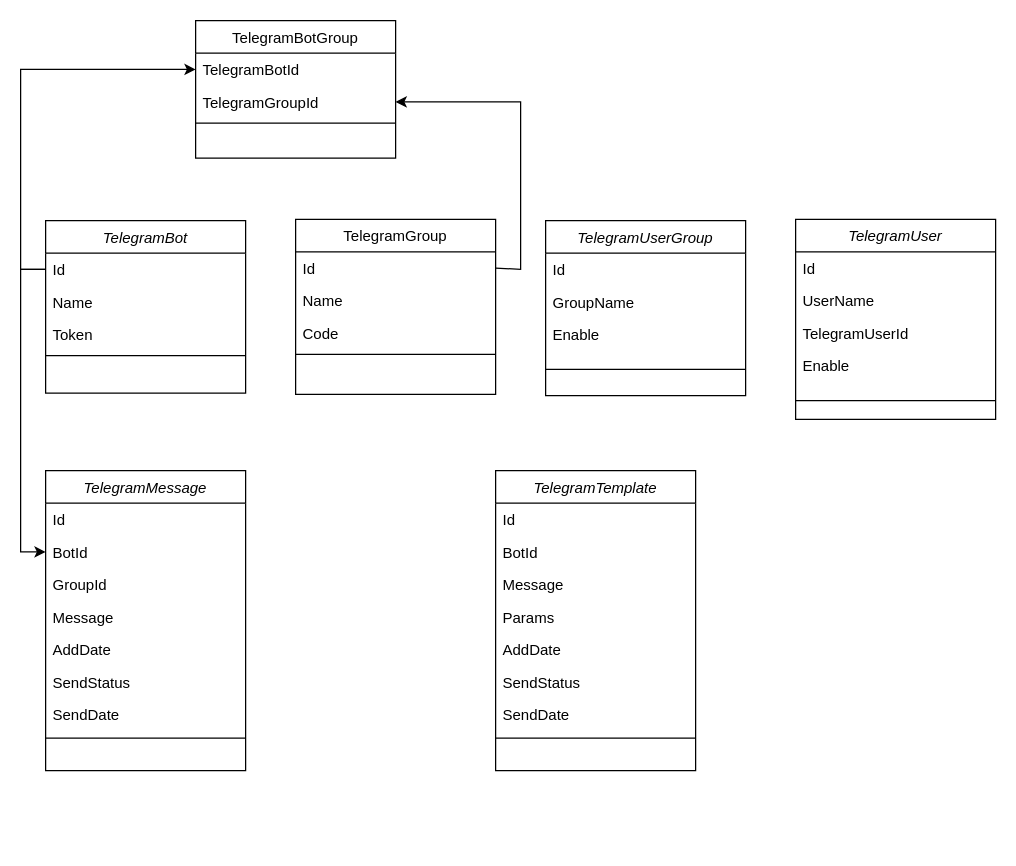
This is page "Page-1" (1 of 2) of TelegramBotSender.drawio from lero4ka1095/CoreRepository, a draw.io file, before an edit. Source tidied: cells renumbered, new cells numbered last; positions are measured from the earlier drawing's top-left corner, leaving out a move shared by most shapes. Both pictures are drawn from the tidied source at 125%, with x=0, y=0 at pixel (20, 20).
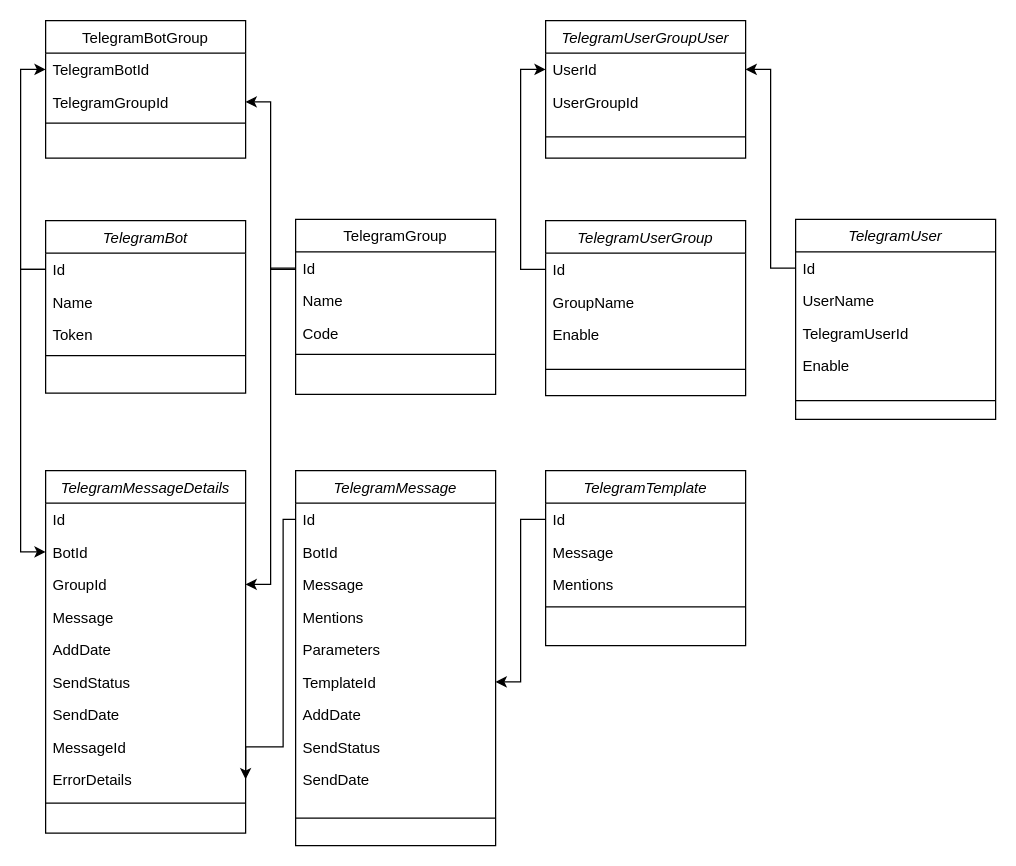
After the change.

The change refers to these unchanged cells:
```xml
<mxCell id="10" value="TelegramGroupId" style="text;align=left;verticalAlign=top;spacingLeft=4;spacingRight=4;overflow=hidden;points=[[0,0.5],[1,0.5]];portConstraint=eastwest;rounded=0;shadow=0;html=0;" parent="8" vertex="1">
  <mxGeometry y="52" width="160" height="26" as="geometry" />
</mxCell>
<mxCell id="14" value="Id" style="text;align=left;verticalAlign=top;spacingLeft=4;spacingRight=4;overflow=hidden;points=[[0,0.5],[1,0.5]];portConstraint=eastwest;" parent="13" vertex="1">
  <mxGeometry y="26" width="160" height="26" as="geometry" />
</mxCell>
<mxCell id="21" value="GroupId" style="text;align=left;verticalAlign=top;spacingLeft=4;spacingRight=4;overflow=hidden;points=[[0,0.5],[1,0.5]];portConstraint=eastwest;rounded=0;shadow=0;html=0;" parent="18" vertex="1">
  <mxGeometry y="78" width="160" height="26" as="geometry" />
</mxCell>
<mxCell id="29" value="Id" style="text;align=left;verticalAlign=top;spacingLeft=4;spacingRight=4;overflow=hidden;points=[[0,0.5],[1,0.5]];portConstraint=eastwest;" parent="28" vertex="1">
  <mxGeometry y="26" width="160" height="26" as="geometry" />
</mxCell>
<mxCell id="35" value="Id" style="text;align=left;verticalAlign=top;spacingLeft=4;spacingRight=4;overflow=hidden;points=[[0,0.5],[1,0.5]];portConstraint=eastwest;" parent="34" vertex="1">
  <mxGeometry y="26" width="160" height="26" as="geometry" />
</mxCell>
<mxCell id="40" value="Id" style="text;align=left;verticalAlign=top;spacingLeft=4;spacingRight=4;overflow=hidden;points=[[0,0.5],[1,0.5]];portConstraint=eastwest;" parent="39" vertex="1">
  <mxGeometry y="26" width="160" height="26" as="geometry" />
</mxCell>
```

The edit, as a diff of the source:
```diff
@@
-    <mxCell id="7" style="edgeStyle=orthogonalEdgeStyle;rounded=0;jettySize=auto;html=1;startArrow=classic;startFill=1;endArrow=none;endFill=0;entryX=1;entryY=0.5;entryDx=0;entryDy=0;" parent="1" edge="1" source="10" target="14">
+    <mxCell id="7" style="edgeStyle=orthogonalEdgeStyle;rounded=0;jettySize=auto;html=1;startArrow=classic;startFill=1;endArrow=none;endFill=0;" parent="1" edge="1" source="10" target="14">
       <mxGeometry relative="1" as="geometry">
         <Array as="points">
-          <mxPoint x="400" y="65" />
-          <mxPoint x="400" y="199" />
-          <mxPoint x="380" y="199" />
+          <mxPoint x="200" y="65" />
+          <mxPoint x="200" y="199" />
         </Array>
       </mxGeometry>
     </mxCell>
     <mxCell id="8" value="TelegramBotGroup" style="swimlane;fontStyle=0;align=center;verticalAlign=top;horizontal=1;startSize=26;rounded=0;shadow=0;strokeWidth=1;" parent="1" vertex="1">
-      <mxGeometry x="140" width="160" height="110" as="geometry" />
+      <mxGeometry x="20" width="160" height="110" as="geometry" />
     </mxCell>
@@
-    <mxCell id="18" value="TelegramMessage" style="swimlane;fontStyle=2;align=center;verticalAlign=top;horizontal=1;startSize=26;rounded=0;shadow=0;strokeWidth=1;" parent="1" vertex="1">
-      <mxGeometry x="20" y="360" width="160" height="240" as="geometry" />
+    <mxCell id="18" value="TelegramMessageDetails" style="swimlane;fontStyle=2;align=center;verticalAlign=top;horizontal=1;startSize=26;rounded=0;shadow=0;strokeWidth=1;" parent="1" vertex="1">
+      <mxGeometry x="20" y="360" width="160" height="290" as="geometry" />
     </mxCell>
@@
+    <mxCell id="48" value="MessageId" style="text;align=left;verticalAlign=top;spacingLeft=4;spacingRight=4;overflow=hidden;rounded=0;shadow=0;html=0;" parent="18" vertex="1">
+      <mxGeometry y="208" width="160" height="26" as="geometry" />
+    </mxCell>
+    <mxCell id="49" value="ErrorDetails" style="text;align=left;verticalAlign=top;spacingLeft=4;spacingRight=4;overflow=hidden;points=[[0,0.5],[1,0.5]];portConstraint=eastwest;rounded=0;shadow=0;html=0;" parent="18" vertex="1">
+      <mxGeometry y="234" width="160" height="26" as="geometry" />
+    </mxCell>
     <mxCell id="26" style="line;html=1;strokeWidth=1;align=left;verticalAlign=middle;spacingTop=-1;spacingLeft=3;spacingRight=3;labelPosition=right;" parent="18" vertex="1">
-      <mxGeometry y="208" width="160" height="12" as="geometry" />
+      <mxGeometry y="260" width="160" height="12" as="geometry" />
     </mxCell>
@@
     <mxCell id="39" value="TelegramTemplate" style="swimlane;fontStyle=2;align=center;verticalAlign=top;horizontal=1;startSize=26;rounded=0;shadow=0;strokeWidth=1;" parent="1" vertex="1">
-      <mxGeometry x="380" y="360" width="160" height="240" as="geometry" />
+      <mxGeometry x="420" y="360" width="160" height="140" as="geometry" />
     </mxCell>
@@
+    <mxCell id="42" value="Message" style="text;align=left;verticalAlign=top;spacingLeft=4;spacingRight=4;overflow=hidden;rounded=0;shadow=0;html=0;" parent="39" vertex="1">
+      <mxGeometry y="52" width="160" height="26" as="geometry" />
+    </mxCell>
+    <mxCell id="50" value="Mentions" style="text;align=left;verticalAlign=top;spacingLeft=4;spacingRight=4;overflow=hidden;rounded=0;shadow=0;html=0;" parent="39" vertex="1">
+      <mxGeometry y="78" width="160" height="26" as="geometry" />
+    </mxCell>
+    <mxCell id="47" style="line;html=1;strokeWidth=1;align=left;verticalAlign=middle;spacingTop=-1;spacingLeft=3;spacingRight=3;labelPosition=right;" parent="39" vertex="1">
+      <mxGeometry y="104" width="160" height="10" as="geometry" />
+    </mxCell>
+    <mxCell id="51" value="TelegramMessage" style="swimlane;fontStyle=2;align=center;verticalAlign=top;horizontal=1;startSize=26;rounded=0;shadow=0;strokeWidth=1;" parent="1" vertex="1">
+      <mxGeometry x="220" y="360" width="160" height="300" as="geometry" />
+    </mxCell>
+    <mxCell id="52" value="Id" style="text;align=left;verticalAlign=top;spacingLeft=4;spacingRight=4;overflow=hidden;points=[[0,0.5],[1,0.5]];portConstraint=eastwest;" parent="51" vertex="1">
+      <mxGeometry y="26" width="160" height="26" as="geometry" />
+    </mxCell>
-    <mxCell id="41" value="BotId" style="text;align=left;verticalAlign=top;spacingLeft=4;spacingRight=4;overflow=hidden;rounded=0;shadow=0;html=0;" parent="39" vertex="1">
+    <mxCell id="41" value="BotId" style="text;align=left;verticalAlign=top;spacingLeft=4;spacingRight=4;overflow=hidden;rounded=0;shadow=0;html=0;" parent="51" vertex="1">
       <mxGeometry y="52" width="160" height="26" as="geometry" />
     </mxCell>
-    <mxCell id="42" value="Message" style="text;align=left;verticalAlign=top;spacingLeft=4;spacingRight=4;overflow=hidden;rounded=0;shadow=0;html=0;" parent="39" vertex="1">
-      <mxGeometry y="78" width="160" height="26" as="geometry" />
-    </mxCell>
-    <mxCell id="43" value="Params" style="text;align=left;verticalAlign=top;spacingLeft=4;spacingRight=4;overflow=hidden;rounded=0;shadow=0;html=0;" parent="39" vertex="1">
-      <mxGeometry y="104" width="160" height="26" as="geometry" />
-    </mxCell>
+    <mxCell id="53" value="Message" style="text;align=left;verticalAlign=top;spacingLeft=4;spacingRight=4;overflow=hidden;rounded=0;shadow=0;html=0;" parent="51" vertex="1">
+      <mxGeometry y="78" width="160" height="26" as="geometry" />
+    </mxCell>
+    <mxCell id="54" value="Mentions" style="text;align=left;verticalAlign=top;spacingLeft=4;spacingRight=4;overflow=hidden;rounded=0;shadow=0;html=0;" parent="51" vertex="1">
+      <mxGeometry y="104" width="160" height="26" as="geometry" />
+    </mxCell>
+    <mxCell id="55" value="Parameters" style="text;align=left;verticalAlign=top;spacingLeft=4;spacingRight=4;overflow=hidden;rounded=0;shadow=0;html=0;" parent="51" vertex="1">
+      <mxGeometry y="130" width="160" height="26" as="geometry" />
+    </mxCell>
+    <mxCell id="56" value="TemplateId" style="text;align=left;verticalAlign=top;spacingLeft=4;spacingRight=4;overflow=hidden;points=[[0,0.5],[1,0.5]];portConstraint=eastwest;rounded=0;shadow=0;html=0;" parent="51" vertex="1">
+      <mxGeometry y="156" width="160" height="26" as="geometry" />
+    </mxCell>
-    <mxCell id="44" value="AddDate" style="text;align=left;verticalAlign=top;spacingLeft=4;spacingRight=4;overflow=hidden;rounded=0;shadow=0;html=0;" parent="39" vertex="1">
-      <mxGeometry y="130" width="160" height="26" as="geometry" />
+    <mxCell id="44" value="AddDate" style="text;align=left;verticalAlign=top;spacingLeft=4;spacingRight=4;overflow=hidden;rounded=0;shadow=0;html=0;" parent="51" vertex="1">
+      <mxGeometry y="182" width="160" height="26" as="geometry" />
     </mxCell>
-    <mxCell id="45" value="SendStatus" style="text;align=left;verticalAlign=top;spacingLeft=4;spacingRight=4;overflow=hidden;rounded=0;shadow=0;html=0;" parent="39" vertex="1">
-      <mxGeometry y="156" width="160" height="26" as="geometry" />
+    <mxCell id="45" value="SendStatus" style="text;align=left;verticalAlign=top;spacingLeft=4;spacingRight=4;overflow=hidden;rounded=0;shadow=0;html=0;" parent="51" vertex="1">
+      <mxGeometry y="208" width="160" height="26" as="geometry" />
     </mxCell>
-    <mxCell id="46" value="SendDate" style="text;align=left;verticalAlign=top;spacingLeft=4;spacingRight=4;overflow=hidden;rounded=0;shadow=0;html=0;" parent="39" vertex="1">
-      <mxGeometry y="182" width="160" height="26" as="geometry" />
+    <mxCell id="46" value="SendDate" style="text;align=left;verticalAlign=top;spacingLeft=4;spacingRight=4;overflow=hidden;rounded=0;shadow=0;html=0;" parent="51" vertex="1">
+      <mxGeometry y="234" width="160" height="26" as="geometry" />
     </mxCell>
-    <mxCell id="47" style="line;html=1;strokeWidth=1;align=left;verticalAlign=middle;spacingTop=-1;spacingLeft=3;spacingRight=3;labelPosition=right;" parent="39" vertex="1">
-      <mxGeometry y="208" width="160" height="12" as="geometry" />
-    </mxCell>
+    <mxCell id="57" style="line;html=1;strokeWidth=1;align=left;verticalAlign=middle;spacingTop=-1;spacingLeft=3;spacingRight=3;labelPosition=right;" parent="51" vertex="1">
+      <mxGeometry y="260" width="160" height="36" as="geometry" />
+    </mxCell>
+    <mxCell id="58" value="TelegramUserGroupUser" style="swimlane;fontStyle=2;align=center;verticalAlign=top;horizontal=1;startSize=26;rounded=0;shadow=0;strokeWidth=1;" parent="1" vertex="1">
+      <mxGeometry x="420" width="160" height="110" as="geometry" />
+    </mxCell>
+    <mxCell id="59" value="UserId" style="text;align=left;verticalAlign=top;spacingLeft=4;spacingRight=4;overflow=hidden;points=[[0,0.5],[1,0.5]];portConstraint=eastwest;" parent="58" vertex="1">
+      <mxGeometry y="26" width="160" height="26" as="geometry" />
+    </mxCell>
+    <mxCell id="60" value="UserGroupId" style="text;align=left;verticalAlign=top;spacingLeft=4;spacingRight=4;overflow=hidden;rounded=0;shadow=0;html=0;" parent="58" vertex="1">
+      <mxGeometry y="52" width="160" height="26" as="geometry" />
+    </mxCell>
+    <mxCell id="61" style="line;html=1;strokeWidth=1;align=left;verticalAlign=middle;spacingTop=-1;spacingLeft=3;spacingRight=3;labelPosition=right;" parent="58" vertex="1">
+      <mxGeometry y="78" width="160" height="30" as="geometry" />
+    </mxCell>
+    <mxCell id="62" style="edgeStyle=orthogonalEdgeStyle;rounded=0;jettySize=auto;html=1;" parent="1" edge="1" source="35" target="59">
+      <mxGeometry relative="1" as="geometry">
+        <Array as="points">
+          <mxPoint x="400" y="199" />
+          <mxPoint x="400" y="39" />
+        </Array>
+      </mxGeometry>
+    </mxCell>
+    <mxCell id="63" style="edgeStyle=orthogonalEdgeStyle;rounded=0;jettySize=auto;html=1;" parent="1" edge="1" source="29" target="59">
+      <mxGeometry relative="1" as="geometry" />
+    </mxCell>
+    <mxCell id="64" style="edgeStyle=orthogonalEdgeStyle;rounded=0;jettySize=auto;html=1;" parent="1" edge="1" source="40" target="56">
+      <mxGeometry relative="1" as="geometry" />
+    </mxCell>
+    <mxCell id="65" style="edgeStyle=orthogonalEdgeStyle;rounded=0;jettySize=auto;html=1;entryX=1;entryY=0.5;entryDx=0;entryDy=0;" parent="1" edge="1" source="52" target="49">
+      <mxGeometry relative="1" as="geometry">
+        <Array as="points">
+          <mxPoint x="210" y="399" />
+          <mxPoint x="210" y="581" />
+        </Array>
+      </mxGeometry>
+    </mxCell>
+    <mxCell id="66" style="edgeStyle=orthogonalEdgeStyle;rounded=0;jettySize=auto;html=1;" parent="1" edge="1" source="14" target="21">
+      <mxGeometry relative="1" as="geometry">
+        <Array as="points">
+          <mxPoint x="200" y="198" />
+          <mxPoint x="200" y="451" />
+        </Array>
+      </mxGeometry>
+    </mxCell>
```
